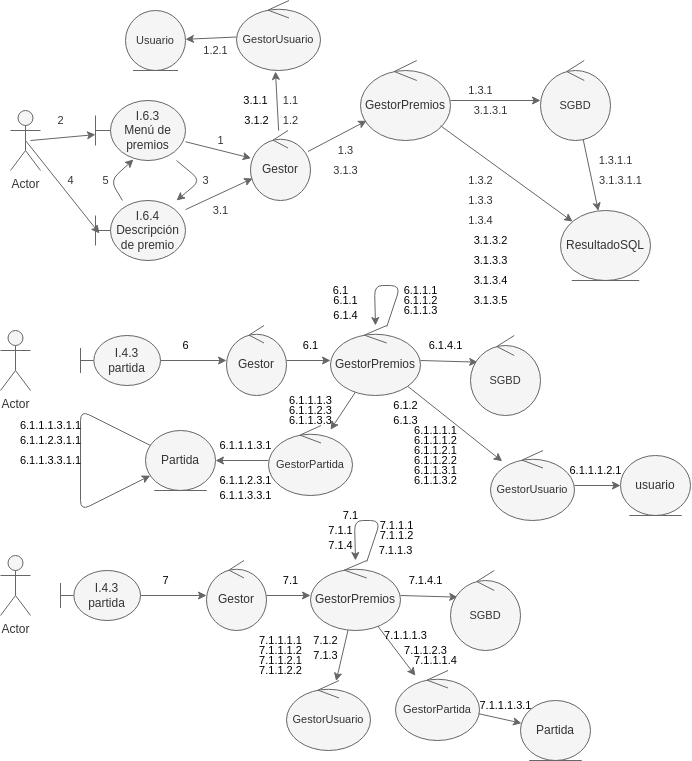
Before: documentacion/funcionalidad 6/dcomunicacion.png, a diagram exported from draw.io (mikel-egana-aranguren/ADSI-22-23-Tetris). Source tidied: cells renumbered, new cells last; positions are measured from the earlier drawing's top-left corner, leaving out a move shared by most shapes.
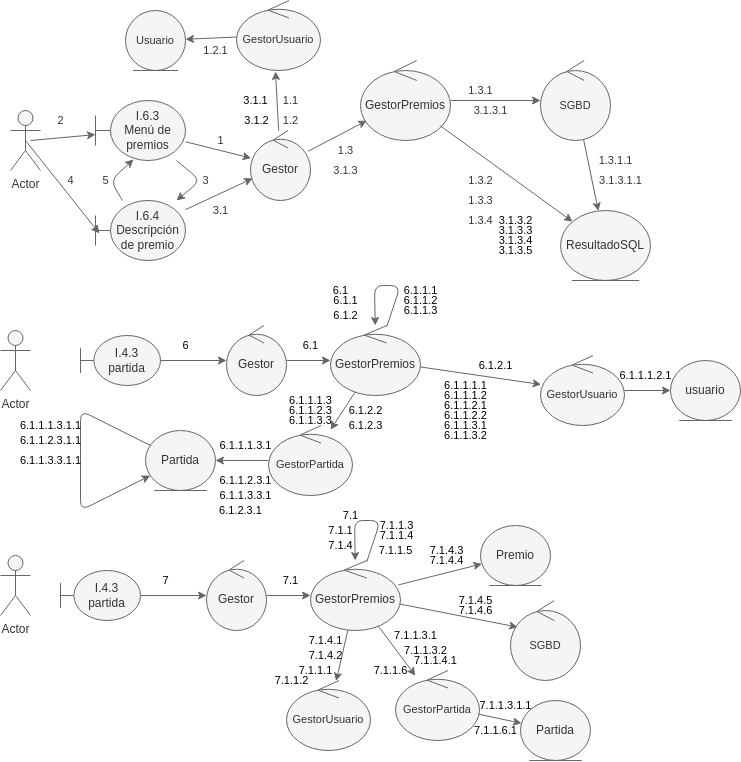
Later version of the same file.

Commit message:
diagrama comunicación premios acabado

Diff of the diagram source:
```diff
@@ -135,16 +135,16 @@
       <mxGeometry x="236" y="110" width="40" height="20" as="geometry" />
     </mxCell>
     <mxCell id="42" value="3.1.3.2" style="text;html=1;align=center;verticalAlign=middle;strokeColor=none;fillColor=none;fontSize=11;fontFamily=Helvetica;fontColor=#000000;" parent="1" vertex="1">
-      <mxGeometry x="465" y="230" width="50" height="20" as="geometry" />
+      <mxGeometry x="490" y="210" width="50" height="20" as="geometry" />
     </mxCell>
     <mxCell id="43" value="3.1.3.3" style="text;html=1;align=center;verticalAlign=middle;strokeColor=none;fillColor=none;fontSize=11;fontFamily=Helvetica;fontColor=#000000;" parent="1" vertex="1">
-      <mxGeometry x="465" y="250" width="50" height="20" as="geometry" />
+      <mxGeometry x="490" y="220" width="50" height="20" as="geometry" />
     </mxCell>
     <mxCell id="44" value="3.1.3.5" style="text;html=1;align=center;verticalAlign=middle;strokeColor=none;fillColor=none;fontSize=11;fontFamily=Helvetica;fontColor=#000000;" parent="1" vertex="1">
-      <mxGeometry x="465" y="290" width="50" height="20" as="geometry" />
+      <mxGeometry x="490" y="240" width="50" height="20" as="geometry" />
     </mxCell>
     <mxCell id="45" value="3.1.3.4" style="text;html=1;align=center;verticalAlign=middle;strokeColor=none;fillColor=none;fontSize=11;fontFamily=Helvetica;fontColor=#000000;" parent="1" vertex="1">
-      <mxGeometry x="465" y="270" width="50" height="20" as="geometry" />
+      <mxGeometry x="490" y="230" width="50" height="20" as="geometry" />
     </mxCell>
     <mxCell id="46" value="Actor" style="shape=umlActor;verticalLabelPosition=bottom;verticalAlign=top;html=1;fillColor=#f5f5f5;fontColor=#333333;strokeColor=#666666;" parent="1" vertex="1">
       <mxGeometry x="10" y="110" width="30" height="60" as="geometry" />
@@ -166,9 +166,6 @@
         </Array>
       </mxGeometry>
     </mxCell>
-    <mxCell id="51" style="edgeStyle=none;shape=connector;rounded=1;html=1;entryX=0.103;entryY=0.333;entryDx=0;entryDy=0;entryPerimeter=0;labelBackgroundColor=default;fontFamily=Helvetica;fontSize=11;fontColor=#000000;endArrow=classic;strokeColor=#666666;fillColor=#f5f5f5;" parent="1" edge="1" source="62" target="68">
-      <mxGeometry relative="1" as="geometry" />
-    </mxCell>
     <mxCell id="52" style="edgeStyle=none;shape=connector;rounded=1;html=1;labelBackgroundColor=default;fontFamily=Helvetica;fontSize=11;fontColor=#000000;endArrow=classic;strokeColor=#666666;fillColor=#f5f5f5;" parent="1" edge="1" source="60" target="112">
       <mxGeometry relative="1" as="geometry" />
     </mxCell>
@@ -198,7 +195,7 @@
       <mxGeometry x="226" y="325" width="60" height="70" as="geometry" />
     </mxCell>
     <mxCell id="60" value="GestorUsuario" style="ellipse;shape=umlControl;whiteSpace=wrap;html=1;fontFamily=Helvetica;fontSize=11;fontColor=#333333;strokeColor=#666666;fillColor=#f5f5f5;" parent="1" vertex="1">
-      <mxGeometry x="490" y="450" width="84" height="70" as="geometry" />
+      <mxGeometry x="540" y="355" width="84" height="70" as="geometry" />
     </mxCell>
     <mxCell id="61" value="6.1" style="text;html=1;align=center;verticalAlign=middle;strokeColor=none;fillColor=none;fontSize=11;fontFamily=Helvetica;fontColor=#000000;" parent="1" vertex="1">
       <mxGeometry x="295" y="335" width="30" height="20" as="geometry" />
@@ -206,33 +203,24 @@
     <mxCell id="62" value="GestorPremios" style="ellipse;shape=umlControl;whiteSpace=wrap;html=1;fillColor=#f5f5f5;fontColor=#333333;strokeColor=#666666;" parent="1" vertex="1">
       <mxGeometry x="330" y="325" width="90" height="70" as="geometry" />
     </mxCell>
-    <mxCell id="63" value="6.1.2" style="text;html=1;align=center;verticalAlign=middle;strokeColor=none;fillColor=none;fontSize=11;fontFamily=Helvetica;fontColor=#000000;" parent="1" vertex="1">
-      <mxGeometry x="385" y="395" width="40" height="20" as="geometry" />
-    </mxCell>
     <mxCell id="64" value="6.1" style="text;html=1;align=center;verticalAlign=middle;strokeColor=none;fillColor=none;fontSize=11;fontFamily=Helvetica;fontColor=#000000;" parent="1" vertex="1">
       <mxGeometry x="325" y="280" width="30" height="20" as="geometry" />
     </mxCell>
     <mxCell id="65" value="6.1.1" style="text;html=1;align=center;verticalAlign=middle;strokeColor=none;fillColor=none;fontSize=11;fontFamily=Helvetica;fontColor=#000000;" parent="1" vertex="1">
       <mxGeometry x="325" y="290" width="40" height="20" as="geometry" />
     </mxCell>
-    <mxCell id="66" value="6.1.3" style="text;html=1;align=center;verticalAlign=middle;strokeColor=none;fillColor=none;fontSize=11;fontFamily=Helvetica;fontColor=#000000;" parent="1" vertex="1">
-      <mxGeometry x="385" y="410" width="40" height="20" as="geometry" />
-    </mxCell>
-    <mxCell id="67" value="6.1.4" style="text;html=1;align=center;verticalAlign=middle;strokeColor=none;fillColor=none;fontSize=11;fontFamily=Helvetica;fontColor=#000000;" parent="1" vertex="1">
+    <mxCell id="67" value="6.1.2" style="text;html=1;align=center;verticalAlign=middle;strokeColor=none;fillColor=none;fontSize=11;fontFamily=Helvetica;fontColor=#000000;" parent="1" vertex="1">
       <mxGeometry x="325" y="305" width="40" height="20" as="geometry" />
     </mxCell>
-    <mxCell id="68" value="SGBD" style="ellipse;shape=umlControl;whiteSpace=wrap;html=1;fontFamily=Helvetica;fontSize=11;fontColor=#333333;fillColor=#f5f5f5;strokeColor=#666666;" parent="1" vertex="1">
-      <mxGeometry x="470" y="335" width="70" height="80" as="geometry" />
-    </mxCell>
-    <mxCell id="69" value="6.1.4.1" style="text;html=1;align=center;verticalAlign=middle;strokeColor=none;fillColor=none;fontSize=11;fontFamily=Helvetica;fontColor=#000000;" parent="1" vertex="1">
-      <mxGeometry x="420" y="335" width="50" height="20" as="geometry" />
-    </mxCell>
     <mxCell id="70" style="edgeStyle=none;shape=connector;rounded=1;html=1;labelBackgroundColor=default;fontFamily=Helvetica;fontSize=11;fontColor=#000000;endArrow=classic;strokeColor=#666666;fillColor=#f5f5f5;" parent="1" edge="1" source="83" target="106">
       <mxGeometry relative="1" as="geometry" />
     </mxCell>
     <mxCell id="71" style="edgeStyle=none;shape=connector;rounded=1;html=1;labelBackgroundColor=default;fontFamily=Helvetica;fontSize=11;fontColor=#000000;endArrow=classic;strokeColor=#666666;fillColor=#f5f5f5;" parent="1" edge="1" source="106" target="110">
       <mxGeometry relative="1" as="geometry" />
     </mxCell>
+    <mxCell id="126" style="edgeStyle=none;shape=connector;rounded=1;html=1;labelBackgroundColor=default;fontFamily=Helvetica;fontSize=11;fontColor=#000000;endArrow=classic;strokeColor=#666666;fillColor=#f5f5f5;" parent="1" edge="1" source="83" target="132">
+      <mxGeometry relative="1" as="geometry" />
+    </mxCell>
     <mxCell id="72" value="Actor" style="shape=umlActor;verticalLabelPosition=bottom;verticalAlign=top;html=1;fillColor=#f5f5f5;fontColor=#333333;strokeColor=#666666;" parent="1" vertex="1">
       <mxGeometry y="555" width="30" height="60" as="geometry" />
     </mxCell>
@@ -274,8 +262,8 @@
     <mxCell id="83" value="GestorPremios" style="ellipse;shape=umlControl;whiteSpace=wrap;html=1;fillColor=#f5f5f5;fontColor=#333333;strokeColor=#666666;" parent="1" vertex="1">
       <mxGeometry x="310" y="560" width="90" height="70" as="geometry" />
     </mxCell>
-    <mxCell id="84" value="7.1.2" style="text;html=1;align=center;verticalAlign=middle;strokeColor=none;fillColor=none;fontSize=11;fontFamily=Helvetica;fontColor=#000000;" parent="1" vertex="1">
-      <mxGeometry x="305" y="630" width="40" height="20" as="geometry" />
+    <mxCell id="84" value="7.1.4.1" style="text;html=1;align=center;verticalAlign=middle;strokeColor=none;fillColor=none;fontSize=11;fontFamily=Helvetica;fontColor=#000000;" parent="1" vertex="1">
+      <mxGeometry x="300" y="630" width="50" height="20" as="geometry" />
     </mxCell>
     <mxCell id="85" value="7.1" style="text;html=1;align=center;verticalAlign=middle;strokeColor=none;fillColor=none;fontSize=11;fontFamily=Helvetica;fontColor=#000000;" parent="1" vertex="1">
       <mxGeometry x="335" y="505" width="30" height="20" as="geometry" />
@@ -283,22 +271,22 @@
     <mxCell id="86" value="7.1.1" style="text;html=1;align=center;verticalAlign=middle;strokeColor=none;fillColor=none;fontSize=11;fontFamily=Helvetica;fontColor=#000000;" parent="1" vertex="1">
       <mxGeometry x="320" y="520" width="40" height="20" as="geometry" />
     </mxCell>
-    <mxCell id="87" value="7.1.3" style="text;html=1;align=center;verticalAlign=middle;strokeColor=none;fillColor=none;fontSize=11;fontFamily=Helvetica;fontColor=#000000;" parent="1" vertex="1">
-      <mxGeometry x="305" y="645" width="40" height="20" as="geometry" />
+    <mxCell id="87" value="7.1.4.2" style="text;html=1;align=center;verticalAlign=middle;strokeColor=none;fillColor=none;fontSize=11;fontFamily=Helvetica;fontColor=#000000;" parent="1" vertex="1">
+      <mxGeometry x="300" y="645" width="50" height="20" as="geometry" />
     </mxCell>
     <mxCell id="88" value="7.1.4" style="text;html=1;align=center;verticalAlign=middle;strokeColor=none;fillColor=none;fontSize=11;fontFamily=Helvetica;fontColor=#000000;" parent="1" vertex="1">
       <mxGeometry x="320" y="535" width="40" height="20" as="geometry" />
     </mxCell>
     <mxCell id="89" value="SGBD" style="ellipse;shape=umlControl;whiteSpace=wrap;html=1;fontFamily=Helvetica;fontSize=11;fontColor=#333333;fillColor=#f5f5f5;strokeColor=#666666;" parent="1" vertex="1">
-      <mxGeometry x="450" y="570" width="70" height="80" as="geometry" />
+      <mxGeometry x="510" y="600" width="70" height="80" as="geometry" />
     </mxCell>
-    <mxCell id="90" value="7.1.4.1" style="text;html=1;align=center;verticalAlign=middle;strokeColor=none;fillColor=none;fontSize=11;fontFamily=Helvetica;fontColor=#000000;" parent="1" vertex="1">
-      <mxGeometry x="400" y="570" width="50" height="20" as="geometry" />
+    <mxCell id="90" value="7.1.4.5" style="text;html=1;align=center;verticalAlign=middle;strokeColor=none;fillColor=none;fontSize=11;fontFamily=Helvetica;fontColor=#000000;" parent="1" vertex="1">
+      <mxGeometry x="450" y="590" width="50" height="20" as="geometry" />
     </mxCell>
-    <mxCell id="91" value="7.1.1.1" style="text;html=1;align=center;verticalAlign=middle;strokeColor=none;fillColor=none;fontSize=11;fontFamily=Helvetica;fontColor=#000000;" parent="1" vertex="1">
+    <mxCell id="91" value="7.1.1.3" style="text;html=1;align=center;verticalAlign=middle;strokeColor=none;fillColor=none;fontSize=11;fontFamily=Helvetica;fontColor=#000000;" parent="1" vertex="1">
       <mxGeometry x="371" y="515" width="50" height="20" as="geometry" />
     </mxCell>
-    <mxCell id="92" value="7.1.1.2" style="text;html=1;align=center;verticalAlign=middle;strokeColor=none;fillColor=none;fontSize=11;fontFamily=Helvetica;fontColor=#000000;" parent="1" vertex="1">
+    <mxCell id="92" value="7.1.1.4" style="text;html=1;align=center;verticalAlign=middle;strokeColor=none;fillColor=none;fontSize=11;fontFamily=Helvetica;fontColor=#000000;" parent="1" vertex="1">
       <mxGeometry x="371" y="525" width="50" height="20" as="geometry" />
     </mxCell>
     <mxCell id="93" value="6.1.1.1" style="text;html=1;align=center;verticalAlign=middle;strokeColor=none;fillColor=none;fontSize=11;fontFamily=Helvetica;fontColor=#000000;" parent="1" vertex="1">
@@ -311,58 +299,43 @@
       <mxGeometry x="395" y="300" width="50" height="20" as="geometry" />
     </mxCell>
     <mxCell id="96" value="6.1.1.1.1" style="text;html=1;align=center;verticalAlign=middle;strokeColor=none;fillColor=none;fontSize=11;fontFamily=Helvetica;fontColor=#000000;" parent="1" vertex="1">
-      <mxGeometry x="405" y="420" width="60" height="20" as="geometry" />
+      <mxGeometry x="435" y="375" width="60" height="20" as="geometry" />
     </mxCell>
     <mxCell id="97" value="6.1.1.1.2" style="text;html=1;align=center;verticalAlign=middle;strokeColor=none;fillColor=none;fontSize=11;fontFamily=Helvetica;fontColor=#000000;" parent="1" vertex="1">
-      <mxGeometry x="405" y="430" width="60" height="20" as="geometry" />
+      <mxGeometry x="435" y="385" width="60" height="20" as="geometry" />
     </mxCell>
     <mxCell id="98" value="6.1.1.2.1" style="text;html=1;align=center;verticalAlign=middle;strokeColor=none;fillColor=none;fontSize=11;fontFamily=Helvetica;fontColor=#000000;" parent="1" vertex="1">
-      <mxGeometry x="405" y="440" width="60" height="20" as="geometry" />
+      <mxGeometry x="435" y="395" width="60" height="20" as="geometry" />
     </mxCell>
     <mxCell id="99" value="6.1.1.2.2" style="text;html=1;align=center;verticalAlign=middle;strokeColor=none;fillColor=none;fontSize=11;fontFamily=Helvetica;fontColor=#000000;" parent="1" vertex="1">
-      <mxGeometry x="405" y="450" width="60" height="20" as="geometry" />
+      <mxGeometry x="435" y="405" width="60" height="20" as="geometry" />
     </mxCell>
     <mxCell id="100" value="6.1.1.3.1" style="text;html=1;align=center;verticalAlign=middle;strokeColor=none;fillColor=none;fontSize=11;fontFamily=Helvetica;fontColor=#000000;" parent="1" vertex="1">
-      <mxGeometry x="405" y="460" width="60" height="20" as="geometry" />
+      <mxGeometry x="435" y="415" width="60" height="20" as="geometry" />
     </mxCell>
     <mxCell id="101" value="6.1.1.3.2" style="text;html=1;align=center;verticalAlign=middle;strokeColor=none;fillColor=none;fontSize=11;fontFamily=Helvetica;fontColor=#000000;" parent="1" vertex="1">
-      <mxGeometry x="405" y="470" width="60" height="20" as="geometry" />
+      <mxGeometry x="435" y="425" width="60" height="20" as="geometry" />
     </mxCell>
-    <mxCell id="102" value="7.1.1.1.1" style="text;html=1;align=center;verticalAlign=middle;strokeColor=none;fillColor=none;fontSize=11;fontFamily=Helvetica;fontColor=#000000;" parent="1" vertex="1">
-      <mxGeometry x="250" y="630" width="60" height="20" as="geometry" />
-    </mxCell>
-    <mxCell id="103" value="7.1.1.1.2" style="text;html=1;align=center;verticalAlign=middle;strokeColor=none;fillColor=none;fontSize=11;fontFamily=Helvetica;fontColor=#000000;" parent="1" vertex="1">
-      <mxGeometry x="250" y="640" width="60" height="20" as="geometry" />
-    </mxCell>
-    <mxCell id="104" value="7.1.1.2.1" style="text;html=1;align=center;verticalAlign=middle;strokeColor=none;fillColor=none;fontSize=11;fontFamily=Helvetica;fontColor=#000000;" parent="1" vertex="1">
-      <mxGeometry x="250" y="650" width="60" height="20" as="geometry" />
-    </mxCell>
-    <mxCell id="105" value="7.1.1.2.2" style="text;html=1;align=center;verticalAlign=middle;strokeColor=none;fillColor=none;fontSize=11;fontFamily=Helvetica;fontColor=#000000;" parent="1" vertex="1">
-      <mxGeometry x="250" y="660" width="60" height="20" as="geometry" />
-    </mxCell>
     <mxCell id="106" value="GestorPartida" style="ellipse;shape=umlControl;whiteSpace=wrap;html=1;fontFamily=Helvetica;fontSize=11;fontColor=#333333;strokeColor=#666666;fillColor=#f5f5f5;" parent="1" vertex="1">
       <mxGeometry x="395" y="670" width="84" height="70" as="geometry" />
     </mxCell>
-    <mxCell id="107" value="7.1.1.1.3" style="text;html=1;align=center;verticalAlign=middle;strokeColor=none;fillColor=none;fontSize=11;fontFamily=Helvetica;fontColor=#000000;" parent="1" vertex="1">
-      <mxGeometry x="375" y="625" width="60" height="20" as="geometry" />
+    <mxCell id="107" value="7.1.1.3.1" style="text;html=1;align=center;verticalAlign=middle;strokeColor=none;fillColor=none;fontSize=11;fontFamily=Helvetica;fontColor=#000000;" parent="1" vertex="1">
+      <mxGeometry x="385" y="625" width="60" height="20" as="geometry" />
     </mxCell>
-    <mxCell id="108" value="7.1.1.1.4" style="text;html=1;align=center;verticalAlign=middle;strokeColor=none;fillColor=none;fontSize=11;fontFamily=Helvetica;fontColor=#000000;" parent="1" vertex="1">
-      <mxGeometry x="405" y="650" width="60" height="20" as="geometry" />
-    </mxCell>
-    <mxCell id="109" value="7.1.1.2.3" style="text;html=1;align=center;verticalAlign=middle;strokeColor=none;fillColor=none;fontSize=11;fontFamily=Helvetica;fontColor=#000000;" parent="1" vertex="1">
+    <mxCell id="109" value="7.1.1.3.2" style="text;html=1;align=center;verticalAlign=middle;strokeColor=none;fillColor=none;fontSize=11;fontFamily=Helvetica;fontColor=#000000;" parent="1" vertex="1">
       <mxGeometry x="395" y="640" width="60" height="20" as="geometry" />
     </mxCell>
     <mxCell id="110" value="Partida" style="ellipse;shape=umlEntity;whiteSpace=wrap;html=1;fillColor=#f5f5f5;fontColor=#333333;strokeColor=#666666;" parent="1" vertex="1">
       <mxGeometry x="520" y="700" width="70" height="60" as="geometry" />
     </mxCell>
-    <mxCell id="111" value="7.1.1.1.3.1" style="text;html=1;align=center;verticalAlign=middle;strokeColor=none;fillColor=none;fontSize=11;fontFamily=Helvetica;fontColor=#000000;" parent="1" vertex="1">
+    <mxCell id="111" value="7.1.1.3.1.1" style="text;html=1;align=center;verticalAlign=middle;strokeColor=none;fillColor=none;fontSize=11;fontFamily=Helvetica;fontColor=#000000;" parent="1" vertex="1">
       <mxGeometry x="470" y="695" width="70" height="20" as="geometry" />
     </mxCell>
     <mxCell id="112" value="usuario" style="ellipse;shape=umlEntity;whiteSpace=wrap;html=1;fillColor=#f5f5f5;fontColor=#333333;strokeColor=#666666;" parent="1" vertex="1">
-      <mxGeometry x="620" y="455" width="70" height="60" as="geometry" />
+      <mxGeometry x="670" y="360" width="70" height="60" as="geometry" />
     </mxCell>
     <mxCell id="113" value="6.1.1.1.2.1" style="text;html=1;align=center;verticalAlign=middle;strokeColor=none;fillColor=none;fontSize=11;fontFamily=Helvetica;fontColor=#000000;" parent="1" vertex="1">
-      <mxGeometry x="560" y="460" width="70" height="20" as="geometry" />
+      <mxGeometry x="610" y="365" width="70" height="20" as="geometry" />
     </mxCell>
     <mxCell id="114" value="GestorPartida" style="ellipse;shape=umlControl;whiteSpace=wrap;html=1;fontFamily=Helvetica;fontSize=11;fontColor=#333333;strokeColor=#666666;fillColor=#f5f5f5;" parent="1" vertex="1">
       <mxGeometry x="268" y="425" width="84" height="70" as="geometry" />
@@ -379,7 +352,7 @@
     <mxCell id="118" value="6.1.1.1.3.1.1" style="text;html=1;align=center;verticalAlign=middle;strokeColor=none;fillColor=none;fontSize=11;fontFamily=Helvetica;fontColor=#000000;" parent="1" vertex="1">
       <mxGeometry x="10" y="415" width="80" height="20" as="geometry" />
     </mxCell>
-    <mxCell id="119" value="7.1.1.3" style="text;html=1;align=center;verticalAlign=middle;strokeColor=none;fillColor=none;fontSize=11;fontFamily=Helvetica;fontColor=#000000;" parent="1" vertex="1">
+    <mxCell id="119" value="7.1.1.5" style="text;html=1;align=center;verticalAlign=middle;strokeColor=none;fillColor=none;fontSize=11;fontFamily=Helvetica;fontColor=#000000;" parent="1" vertex="1">
       <mxGeometry x="370" y="540" width="50" height="20" as="geometry" />
     </mxCell>
     <mxCell id="120" value="6.1.1.3.3" style="text;html=1;align=center;verticalAlign=middle;strokeColor=none;fillColor=none;fontSize=11;fontFamily=Helvetica;fontColor=#000000;" parent="1" vertex="1">
@@ -400,5 +373,44 @@
     <mxCell id="125" value="6.1.1.3.3.1.1" style="text;html=1;align=center;verticalAlign=middle;strokeColor=none;fillColor=none;fontSize=11;fontFamily=Helvetica;fontColor=#000000;" parent="1" vertex="1">
       <mxGeometry x="10" y="450" width="80" height="20" as="geometry" />
     </mxCell>
+    <mxCell id="127" value="6.1.2.1" style="text;html=1;align=center;verticalAlign=middle;strokeColor=none;fillColor=none;fontSize=11;fontFamily=Helvetica;fontColor=#000000;" parent="1" vertex="1">
+      <mxGeometry x="470" y="355" width="50" height="20" as="geometry" />
+    </mxCell>
+    <mxCell id="128" value="6.1.2.2" style="text;html=1;align=center;verticalAlign=middle;strokeColor=none;fillColor=none;fontSize=11;fontFamily=Helvetica;fontColor=#000000;" parent="1" vertex="1">
+      <mxGeometry x="340" y="400" width="50" height="20" as="geometry" />
+    </mxCell>
+    <mxCell id="129" value="6.1.2.3" style="text;html=1;align=center;verticalAlign=middle;strokeColor=none;fillColor=none;fontSize=11;fontFamily=Helvetica;fontColor=#000000;" parent="1" vertex="1">
+      <mxGeometry x="340" y="415" width="50" height="20" as="geometry" />
+    </mxCell>
+    <mxCell id="130" value="6.1.2.3.1" style="text;html=1;align=center;verticalAlign=middle;strokeColor=none;fillColor=none;fontSize=11;fontFamily=Helvetica;fontColor=#000000;" parent="1" vertex="1">
+      <mxGeometry x="210" y="500" width="60" height="20" as="geometry" />
+    </mxCell>
+    <mxCell id="131" value="7.1.4.6" style="text;html=1;align=center;verticalAlign=middle;strokeColor=none;fillColor=none;fontSize=11;fontFamily=Helvetica;fontColor=#000000;" parent="1" vertex="1">
+      <mxGeometry x="450" y="600" width="50" height="20" as="geometry" />
+    </mxCell>
+    <mxCell id="132" value="Premio" style="ellipse;shape=umlEntity;whiteSpace=wrap;html=1;fillColor=#f5f5f5;fontColor=#333333;strokeColor=#666666;" parent="1" vertex="1">
+      <mxGeometry x="480" y="525" width="70" height="60" as="geometry" />
+    </mxCell>
+    <mxCell id="133" value="7.1.4.4" style="text;html=1;align=center;verticalAlign=middle;strokeColor=none;fillColor=none;fontSize=11;fontFamily=Helvetica;fontColor=#000000;" parent="1" vertex="1">
+      <mxGeometry x="421" y="550" width="50" height="20" as="geometry" />
+    </mxCell>
+    <mxCell id="134" value="7.1.4.3" style="text;html=1;align=center;verticalAlign=middle;strokeColor=none;fillColor=none;fontSize=11;fontFamily=Helvetica;fontColor=#000000;" parent="1" vertex="1">
+      <mxGeometry x="421" y="540" width="50" height="20" as="geometry" />
+    </mxCell>
+    <mxCell id="135" value="7.1.1.4.1" style="text;html=1;align=center;verticalAlign=middle;strokeColor=none;fillColor=none;fontSize=11;fontFamily=Helvetica;fontColor=#000000;" parent="1" vertex="1">
+      <mxGeometry x="405" y="650" width="60" height="20" as="geometry" />
+    </mxCell>
+    <mxCell id="136" value="7.1.1.1" style="text;html=1;align=center;verticalAlign=middle;strokeColor=none;fillColor=none;fontSize=11;fontFamily=Helvetica;fontColor=#000000;" parent="1" vertex="1">
+      <mxGeometry x="290" y="660" width="50" height="20" as="geometry" />
+    </mxCell>
+    <mxCell id="137" value="7.1.1.2" style="text;html=1;align=center;verticalAlign=middle;strokeColor=none;fillColor=none;fontSize=11;fontFamily=Helvetica;fontColor=#000000;" parent="1" vertex="1">
+      <mxGeometry x="266" y="670" width="50" height="20" as="geometry" />
+    </mxCell>
+    <mxCell id="138" value="7.1.1.6" style="text;html=1;align=center;verticalAlign=middle;strokeColor=none;fillColor=none;fontSize=11;fontFamily=Helvetica;fontColor=#000000;" parent="1" vertex="1">
+      <mxGeometry x="365" y="660" width="50" height="20" as="geometry" />
+    </mxCell>
+    <mxCell id="139" value="7.1.1.6.1" style="text;html=1;align=center;verticalAlign=middle;strokeColor=none;fillColor=none;fontSize=11;fontFamily=Helvetica;fontColor=#000000;" parent="1" vertex="1">
+      <mxGeometry x="465" y="720" width="60" height="20" as="geometry" />
+    </mxCell>
   </root>
 </mxGraphModel>
```
